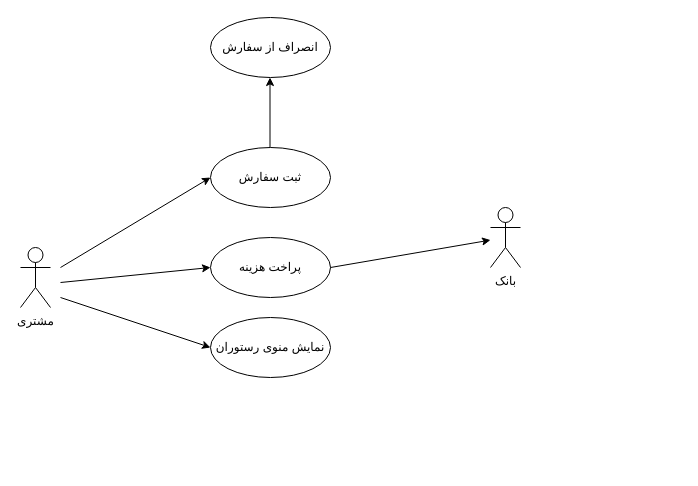
Before: use-case-diagram-client.drawio in Saeed-hajizade/Software-Engineering-Project, a draw.io diagram. Source tidied: cells renumbered, new cells numbered last; positions are measured from the earlier drawing's top-left corner, leaving out a move shared by most shapes. Both pictures are drawn from the tidied source at 100%, with x=0, y=0 at pixel (20, 17).
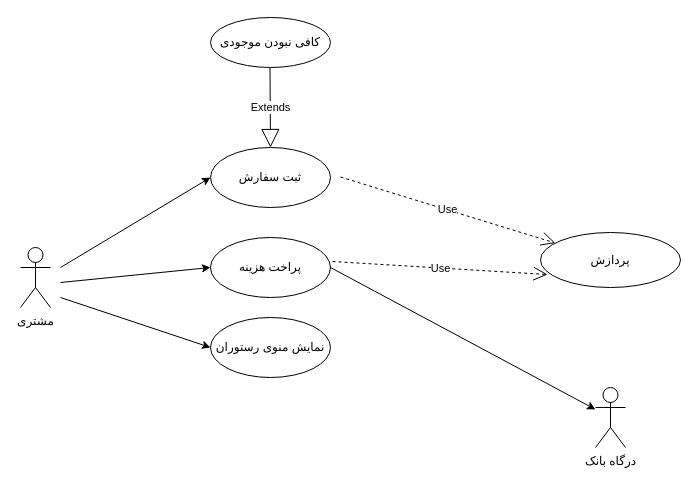
After the change.

What changed in the source:
```diff
@@
 <mxGraphModel>
   <root>
     <mxCell id="0" />
     <mxCell id="1" parent="0" />
     <mxCell id="2" value="مشتری" style="shape=umlActor;verticalLabelPosition=bottom;verticalAlign=top;html=1;" parent="1" vertex="1">
       <mxGeometry y="230" width="30" height="60" as="geometry" />
     </mxCell>
     <mxCell id="3" style="endArrow=classic;html=1;entryX=0;entryY=0.5;entryDx=0;entryDy=0;" parent="1" edge="1" target="4">
       <mxGeometry relative="1" as="geometry">
         <mxPoint x="40" y="250" as="sourcePoint" />
       </mxGeometry>
     </mxCell>
     <mxCell id="4" value="ثبت سفارش" style="ellipse;whiteSpace=wrap;html=1;" parent="1" vertex="1">
       <mxGeometry x="190" y="130" width="120" height="60" as="geometry" />
     </mxCell>
     <mxCell id="5" style="endArrow=classic;html=1;entryX=0;entryY=0.5;entryDx=0;entryDy=0;" parent="1" edge="1" target="6">
       <mxGeometry relative="1" as="geometry">
         <mxPoint x="40" y="265" as="sourcePoint" />
       </mxGeometry>
     </mxCell>
     <mxCell id="6" value="پراخت هزینه" style="ellipse;whiteSpace=wrap;html=1;" parent="1" vertex="1">
       <mxGeometry x="190" y="220" width="120" height="60" as="geometry" />
     </mxCell>
-    <mxCell id="7" value="بانک" style="shape=umlActor;verticalLabelPosition=bottom;verticalAlign=top;html=1;outlineConnect=0;" parent="1" vertex="1">
-      <mxGeometry x="470" y="190" width="30" height="60" as="geometry" />
+    <mxCell id="7" value="درگاه بانک" style="shape=umlActor;verticalLabelPosition=bottom;verticalAlign=top;html=1;outlineConnect=0;" parent="1" vertex="1">
+      <mxGeometry x="575" y="370" width="30" height="60" as="geometry" />
     </mxCell>
-    <mxCell id="8" style="endArrow=classic;html=1;" parent="1" edge="1">
-      <mxGeometry relative="1" as="geometry">
-        <mxPoint x="249.5" y="130" as="sourcePoint" />
-        <mxPoint x="249.5" y="60" as="targetPoint" />
-      </mxGeometry>
-    </mxCell>
-    <mxCell id="9" value="انصراف از سفارش" style="ellipse;whiteSpace=wrap;html=1;" parent="1" vertex="1">
-      <mxGeometry x="190" width="120" height="60" as="geometry" />
-    </mxCell>
     <mxCell id="10" style="endArrow=classic;html=1;exitX=1;exitY=0.5;exitDx=0;exitDy=0;" parent="1" edge="1" source="6" target="7">
       <mxGeometry relative="1" as="geometry" />
     </mxCell>
     <mxCell id="11" style="endArrow=classic;html=1;entryX=0;entryY=0.5;entryDx=0;entryDy=0;" parent="1" edge="1" target="12">
       <mxGeometry relative="1" as="geometry">
         <mxPoint x="40" y="280" as="sourcePoint" />
       </mxGeometry>
     </mxCell>
     <mxCell id="12" value="نمایش منوی رستوران" style="ellipse;whiteSpace=wrap;html=1;" parent="1" vertex="1">
       <mxGeometry x="190" y="300" width="120" height="60" as="geometry" />
     </mxCell>
+    <mxCell id="13" value="کافی نبودن موجودی" style="ellipse;whiteSpace=wrap;html=1;" parent="1" vertex="1">
+      <mxGeometry x="190" width="120" height="50" as="geometry" />
+    </mxCell>
+    <mxCell id="14" value="پردازش" style="ellipse;whiteSpace=wrap;html=1;" parent="1" vertex="1">
+      <mxGeometry x="520" y="215" width="140" height="55" as="geometry" />
+    </mxCell>
+    <mxCell id="15" value="Extends" style="endArrow=block;endSize=16;endFill=0;html=1;entryX=0.5;entryY=0;entryDx=0;entryDy=0;" parent="1" edge="1" target="4">
+      <mxGeometry relative="1" as="geometry">
+        <mxPoint x="249.5" y="50" as="sourcePoint" />
+      </mxGeometry>
+    </mxCell>
+    <mxCell id="16" value="Use" style="endArrow=open;endSize=12;dashed=1;html=1;" parent="1" edge="1" target="14">
+      <mxGeometry relative="1" as="geometry">
+        <mxPoint x="320" y="159.5" as="sourcePoint" />
+      </mxGeometry>
+    </mxCell>
+    <mxCell id="17" value="Use" style="endArrow=open;endSize=12;dashed=1;html=1;exitX=1.017;exitY=0.4;exitDx=0;exitDy=0;exitPerimeter=0;entryX=0.05;entryY=0.764;entryDx=0;entryDy=0;entryPerimeter=0;" parent="1" edge="1" source="6" target="14">
+      <mxGeometry relative="1" as="geometry" />
+    </mxCell>
   </root>
 </mxGraphModel>
```
